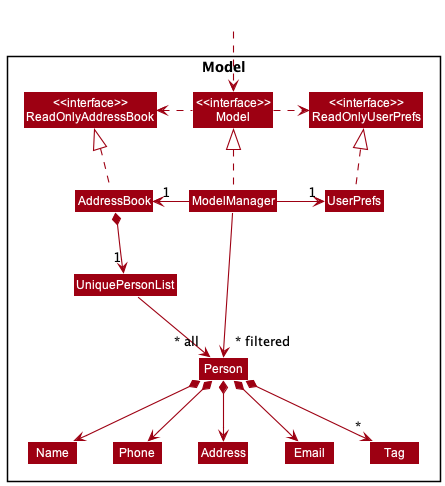
nus-cs2103-AY2223S2/tp keeps this PlantUML diagram as docs/images/ModelClassDiagram.png. Above is the earlier version.
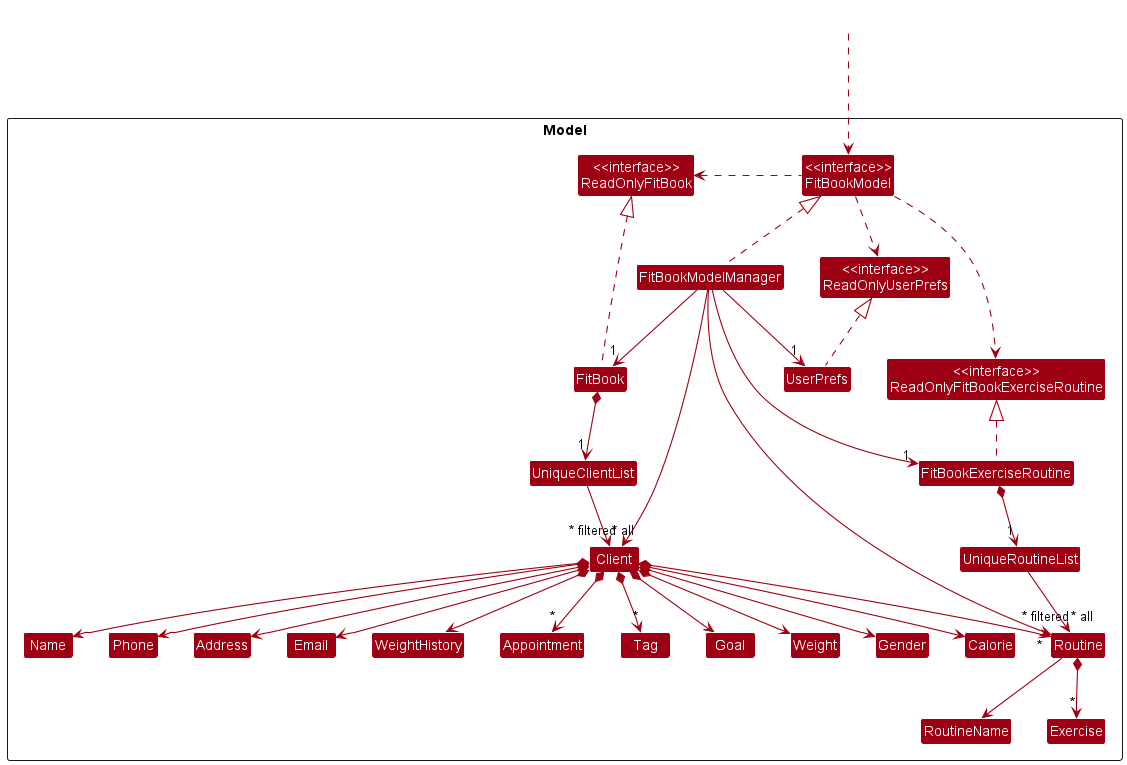
The same diagram one commit later.

Change to the diagram source:
```diff
@@ -5,46 +5,81 @@
 skinparam classBackgroundColor MODEL_COLOR
 
 Package Model <<Rectangle>>{
-Class "<<interface>>\nReadOnlyAddressBook" as ReadOnlyAddressBook
+Class "<<interface>>\nReadOnlyFitBook" as ReadOnlyFitBook
+Class "<<interface>>\nReadOnlyFitBookExerciseRoutine" as ReadOnlyFitBookExerciseRoutine
 Class "<<interface>>\nReadOnlyUserPrefs" as ReadOnlyUserPrefs
-Class "<<interface>>\nModel" as Model
-Class AddressBook
-Class ModelManager
+Class "<<interface>>\nFitBookModel" as FitBookModel
+Class FitBook
+Class FitBookExerciseRoutine
+Class FitBookModelManager
 Class UserPrefs
 
-Class UniquePersonList
-Class Person
+Class UniqueClientList
+Class Client
 Class Address
 Class Email
 Class Name
 Class Phone
 Class Tag
+Class Goal
+Class Weight
+Class WeightHistory
+Class Calorie
+Class Gender
+Class Appointment
 
+Class Routine
+Class UniqueRoutineList
+Class RoutineName
+Class Exercise
 }
 
 Class HiddenOutside #FFFFFF
-HiddenOutside ..> Model
+HiddenOutside ...> FitBookModel
 
-AddressBook .up.|> ReadOnlyAddressBook
+FitBook .up.|> ReadOnlyFitBook
+FitBookExerciseRoutine .up.|> ReadOnlyFitBookExerciseRoutine
 
-ModelManager .up.|> Model
-Model .right.> ReadOnlyUserPrefs
-Model .left.> ReadOnlyAddressBook
-ModelManager -left-> "1" AddressBook
-ModelManager -right-> "1" UserPrefs
+FitBookModelManager .up.|> FitBookModel
+FitBookModel .right.> ReadOnlyUserPrefs
+FitBookModel .left.> ReadOnlyFitBook
+FitBookModel ...> ReadOnlyFitBookExerciseRoutine
+FitBookModelManager --> "1" FitBook
+FitBookModelManager --> "1" UserPrefs
+FitBookModelManager --> "1" FitBookExerciseRoutine
 UserPrefs .up.|> ReadOnlyUserPrefs
 
-AddressBook *--> "1" UniquePersonList
-UniquePersonList --> "~* all" Person
-Person *--> Name
-Person *--> Phone
-Person *--> Email
-Person *--> Address
-Person *--> "*" Tag
+FitBookExerciseRoutine *--> "1" UniqueRoutineList
+FitBook *--> "1" UniqueClientList
+UniqueClientList --> "~* all" Client
+UniqueRoutineList --> "~* all" Routine
+Client *--> "*" Routine
+Routine --> RoutineName
+Routine *--> "*" Exercise
+Client *--> Name
+Client *--> Phone
+Client *--> Email
+Client *--> Address
+Client *--> "*" Tag
+Client *--> "*" Appointment
+Client *--> Weight
+Client *--> WeightHistory
+Client *--> Calorie
+Client *--> Goal
+Client *--> Gender
 
+Routine -[hidden]right-> Name
 Name -[hidden]right-> Phone
 Phone -[hidden]right-> Address
 Address -[hidden]right-> Email
+Email -[hidden]right-> WeightHistory
+WeightHistory -[hidden]right-> Appointment
+Appointment -[hidden]right-> Tag
+Tag -[hidden]right-> Goal
+Goal -[hidden]right-> Weight
+Weight -[hidden]right-> Gender
+Gender -[hidden]right-> Calorie
 
-ModelManager -->"~* filtered" Person
+FitBookModelManager -->"~* filtered" Client
+FitBookModelManager -->"~* filtered" Routine
 @enduml
```
